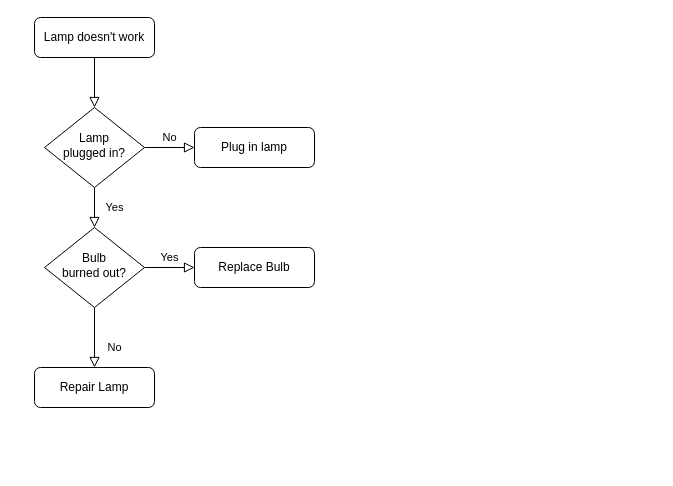
Earlier version of the draw.io diagram 未命名绘图.drawio (guohuan0126/test). Source tidied: cells renumbered, new cells numbered last; positions are measured from the earlier drawing's top-left corner, leaving out a move shared by most shapes. Both pictures are drawn from the tidied source at 100%, with x=0, y=0 at pixel (34, 17).
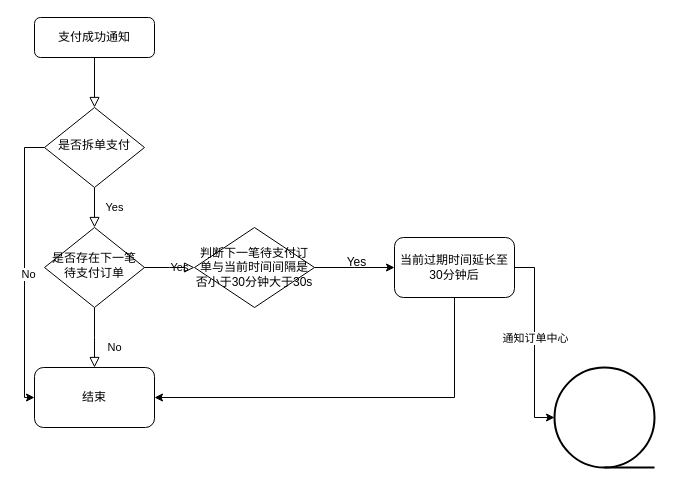
The same diagram, later.

Commit message:
大额拆单支付时间窗口.drawio

What changed in the source:
```diff
@@
-    <mxCell id="3" value="Lamp doesn't work" style="rounded=1;whiteSpace=wrap;html=1;fontSize=12;glass=0;strokeWidth=1;shadow=0;" parent="1" vertex="1">
+    <mxCell id="3" value="支付成功通知" style="rounded=1;whiteSpace=wrap;html=1;fontSize=12;glass=0;strokeWidth=1;shadow=0;" parent="1" vertex="1">
       <mxGeometry width="120" height="40" as="geometry" />
     </mxCell>
@@
+    <mxCell id="13" style="edgeStyle=orthogonalEdgeStyle;rounded=0;jettySize=auto;html=1;exitX=0;exitY=0.5;exitDx=0;exitDy=0;entryX=0;entryY=0.5;entryDx=0;entryDy=0;" parent="1" edge="1" source="6" target="19">
+      <mxGeometry relative="1" as="geometry" />
+    </mxCell>
-    <mxCell id="5" value="No" style="edgeStyle=orthogonalEdgeStyle;rounded=0;html=1;jettySize=auto;fontSize=11;endArrow=block;endFill=0;endSize=8;strokeWidth=1;shadow=0;labelBackgroundColor=none;" parent="1" edge="1" source="6" target="7">
-      <mxGeometry y="10" relative="1" as="geometry" />
+    <mxCell id="5" value="No" style="edgeLabel;html=1;align=center;verticalAlign=middle;" parent="13" vertex="1">
+      <mxGeometry x="0.04" y="3" relative="1" as="geometry" />
     </mxCell>
-    <mxCell id="6" value="Lamp&lt;br&gt;plugged in?" style="rhombus;whiteSpace=wrap;html=1;shadow=0;fontFamily=Helvetica;fontSize=12;align=center;strokeWidth=1;spacing=6;spacingTop=-4;" parent="1" vertex="1">
+    <mxCell id="6" value="是否拆单支付" style="rhombus;whiteSpace=wrap;html=1;shadow=0;fontFamily=Helvetica;fontSize=12;align=center;strokeWidth=1;spacing=6;spacingTop=-4;" parent="1" vertex="1">
       <mxGeometry x="10" y="90" width="100" height="80" as="geometry" />
     </mxCell>
-    <mxCell id="7" value="Plug in lamp" style="rounded=1;whiteSpace=wrap;html=1;fontSize=12;glass=0;strokeWidth=1;shadow=0;" parent="1" vertex="1">
-      <mxGeometry x="160" y="110" width="120" height="40" as="geometry" />
-    </mxCell>
-    <mxCell id="8" value="No" style="rounded=0;html=1;jettySize=auto;fontSize=11;endArrow=block;endFill=0;endSize=8;strokeWidth=1;shadow=0;labelBackgroundColor=none;edgeStyle=orthogonalEdgeStyle;" parent="1" edge="1" source="10" target="11">
-      <mxGeometry x="0.33" y="20" relative="1" as="geometry" />
+    <mxCell id="8" value="No" style="rounded=0;html=1;jettySize=auto;fontSize=11;endArrow=block;endFill=0;endSize=8;strokeWidth=1;shadow=0;labelBackgroundColor=none;edgeStyle=orthogonalEdgeStyle;" parent="1" edge="1" source="10">
+      <mxGeometry x="0.33" y="20" relative="1" as="geometry">
+        <mxPoint x="60" y="350" as="targetPoint" />
+      </mxGeometry>
     </mxCell>
-    <mxCell id="9" value="Yes" style="edgeStyle=orthogonalEdgeStyle;rounded=0;html=1;jettySize=auto;fontSize=11;endArrow=block;endFill=0;endSize=8;strokeWidth=1;shadow=0;labelBackgroundColor=none;" parent="1" edge="1" source="10" target="12">
-      <mxGeometry y="10" relative="1" as="geometry" />
+    <mxCell id="9" value="Yes" style="edgeStyle=orthogonalEdgeStyle;rounded=0;html=1;jettySize=auto;fontSize=11;endArrow=block;endFill=0;endSize=8;strokeWidth=1;shadow=0;labelBackgroundColor=none;" parent="1" edge="1" source="10">
+      <mxGeometry y="10" relative="1" as="geometry">
+        <mxPoint x="160" y="250" as="targetPoint" />
+      </mxGeometry>
     </mxCell>
-    <mxCell id="10" value="Bulb&lt;br&gt;burned out?" style="rhombus;whiteSpace=wrap;html=1;shadow=0;fontFamily=Helvetica;fontSize=12;align=center;strokeWidth=1;spacing=6;spacingTop=-4;" parent="1" vertex="1">
+    <mxCell id="10" value="是否存在下一笔待支付订单" style="rhombus;whiteSpace=wrap;html=1;shadow=0;fontFamily=Helvetica;fontSize=12;align=center;strokeWidth=1;spacing=6;spacingTop=-4;" parent="1" vertex="1">
       <mxGeometry x="10" y="210" width="100" height="80" as="geometry" />
     </mxCell>
-    <mxCell id="11" value="Repair Lamp" style="rounded=1;whiteSpace=wrap;html=1;fontSize=12;glass=0;strokeWidth=1;shadow=0;" parent="1" vertex="1">
-      <mxGeometry y="350" width="120" height="40" as="geometry" />
-    </mxCell>
-    <mxCell id="12" value="Replace Bulb" style="rounded=1;whiteSpace=wrap;html=1;fontSize=12;glass=0;strokeWidth=1;shadow=0;" parent="1" vertex="1">
-      <mxGeometry x="160" y="230" width="120" height="40" as="geometry" />
-    </mxCell>
+    <mxCell id="14" style="edgeStyle=orthogonalEdgeStyle;rounded=0;jettySize=auto;html=1;" parent="1" edge="1" source="15">
+      <mxGeometry relative="1" as="geometry">
+        <mxPoint x="360" y="250" as="targetPoint" />
+      </mxGeometry>
+    </mxCell>
+    <mxCell id="15" value="判断下一笔待支付订单与当前时间间隔是否小于30分钟大于30s" style="rhombus;whiteSpace=wrap;html=1;" parent="1" vertex="1">
+      <mxGeometry x="160" y="210" width="120" height="80" as="geometry" />
+    </mxCell>
+    <mxCell id="16" value="Yes" style="text;html=1;align=center;verticalAlign=middle;strokeColor=none;fillColor=none;" parent="1" vertex="1">
+      <mxGeometry x="297" y="230" width="50" height="30" as="geometry" />
+    </mxCell>
+    <mxCell id="17" style="edgeStyle=orthogonalEdgeStyle;rounded=0;jettySize=auto;html=1;exitX=0.5;exitY=1;exitDx=0;exitDy=0;entryX=1;entryY=0.5;entryDx=0;entryDy=0;" parent="1" edge="1" source="18" target="19">
+      <mxGeometry relative="1" as="geometry" />
+    </mxCell>
+    <mxCell id="18" value="当前过期时间延长至30分钟后" style="rounded=1;whiteSpace=wrap;html=1;" parent="1" vertex="1">
+      <mxGeometry x="360" y="220" width="120" height="60" as="geometry" />
+    </mxCell>
+    <mxCell id="19" value="结束" style="rounded=1;whiteSpace=wrap;html=1;" parent="1" vertex="1">
+      <mxGeometry y="350" width="120" height="60" as="geometry" />
+    </mxCell>
+    <mxCell id="20" style="strokeWidth=2;html=1;shape=mxgraph.flowchart.sequential_data;whiteSpace=wrap;" parent="1" vertex="1">
+      <mxGeometry x="520" y="350" width="100" height="100" as="geometry" />
+    </mxCell>
+    <mxCell id="21" style="edgeStyle=orthogonalEdgeStyle;rounded=0;jettySize=auto;html=1;exitX=1;exitY=0.5;exitDx=0;exitDy=0;entryX=0;entryY=0.5;entryDx=0;entryDy=0;entryPerimeter=0;" parent="1" edge="1" source="18" target="20">
+      <mxGeometry relative="1" as="geometry" />
+    </mxCell>
+    <mxCell id="22" value="通知订单中心" style="edgeLabel;html=1;align=center;verticalAlign=middle;" parent="21" vertex="1">
+      <mxGeometry x="-0.56" y="-2" relative="1" as="geometry">
+        <mxPoint x="2" y="48" as="offset" />
+      </mxGeometry>
+    </mxCell>
```
